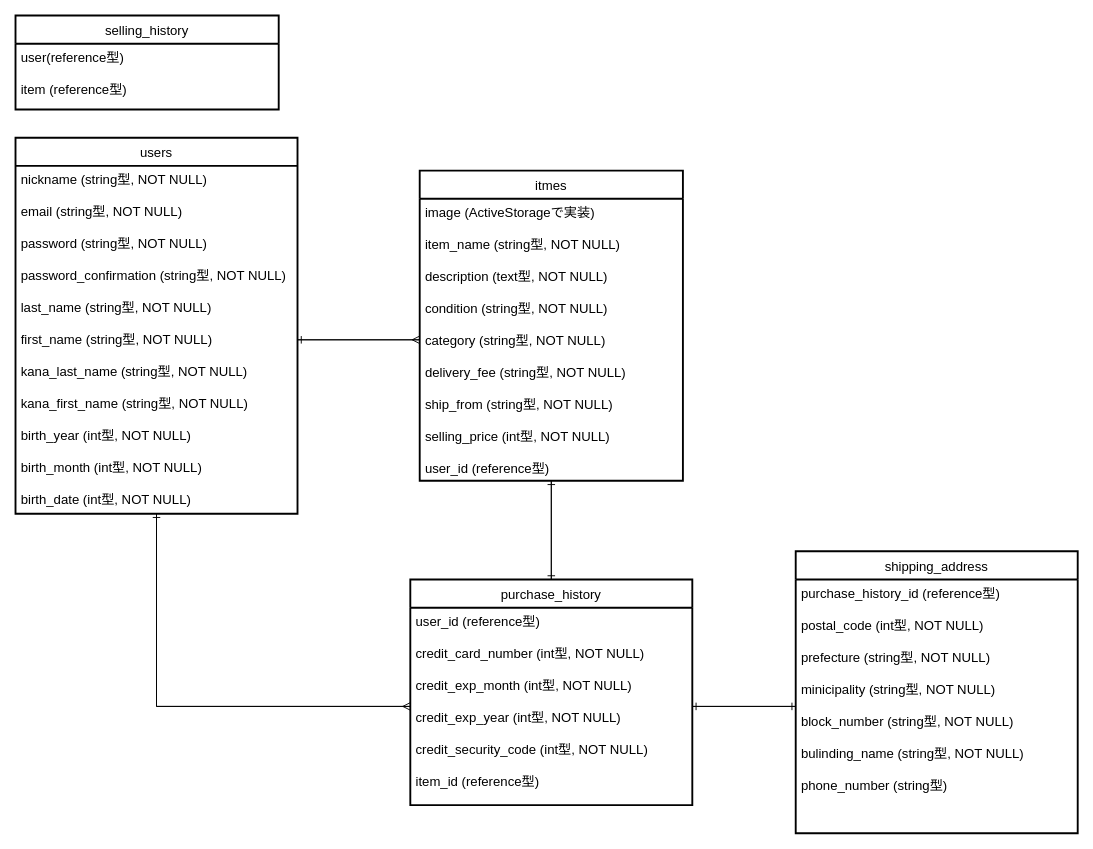
Above: ER.dio in MitsuhikoHonda/furima-31495 (draw.io), before the change. Source tidied: cells renumbered, new cells numbered last; positions are measured from the earlier drawing's top-left corner, leaving out a move shared by most shapes. Both pictures are drawn from the tidied source at 94%, with x=0, y=0 at pixel (15, 15).
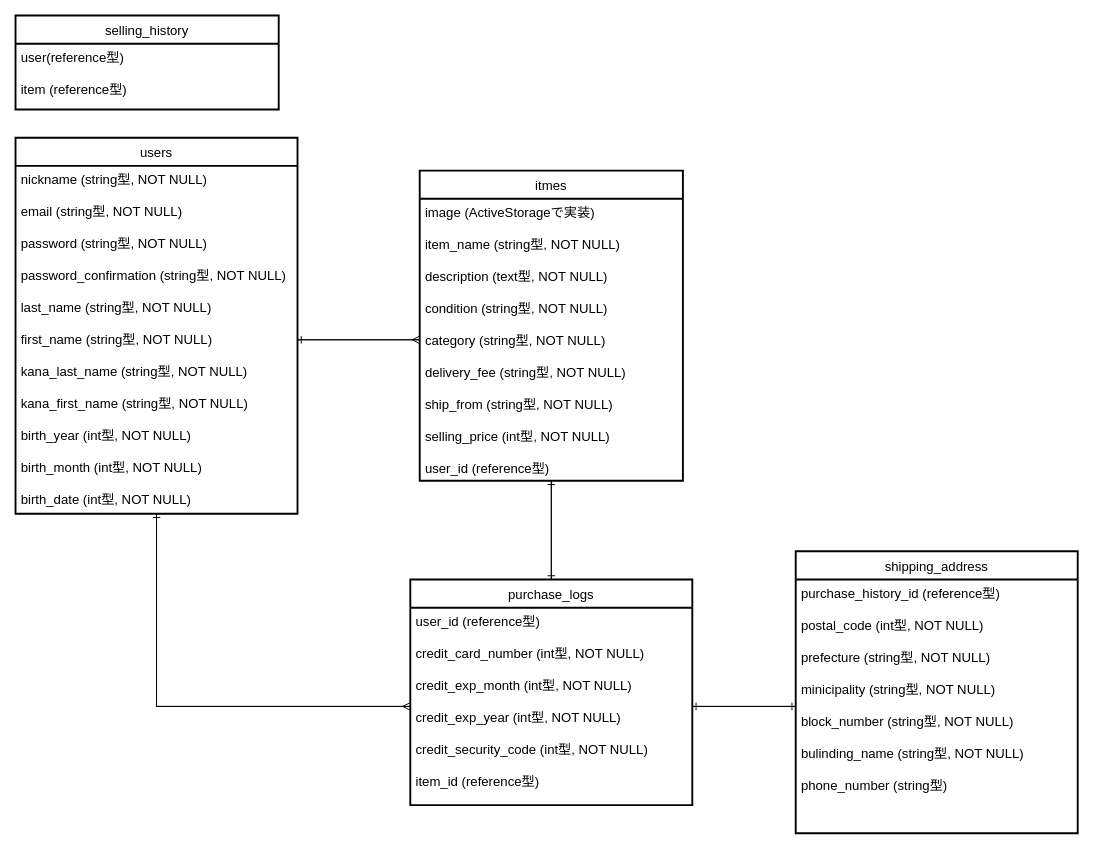
Above is the later version.

Change to the diagram source:
```diff
@@
 <mxGraphModel>
   <root>
     <mxCell id="0" />
     <mxCell id="1" parent="0" />
     <mxCell id="2" value="users" style="swimlane;horizontal=1;startSize=30;rounded=0;fontSize=14;fontStyle=0;strokeWidth=2;shadow=0;dashed=0;align=center;" parent="1" vertex="1">
       <mxGeometry y="130" width="300" height="400" as="geometry" />
     </mxCell>
     <mxCell id="3" value="nickname (string型, NOT NULL)&#10;&#10;email (string型, NOT NULL)&#10;&#10;password (string型, NOT NULL)&#10;&#10;password_confirmation (string型, NOT NULL)&#10;&#10;last_name (string型, NOT NULL)&#10;&#10;first_name (string型, NOT NULL)&#10;&#10;kana_last_name (string型, NOT NULL)&#10;&#10;kana_first_name (string型, NOT NULL)&#10;&#10;birth_year (int型, NOT NULL)&#10;&#10;birth_month (int型, NOT NULL)&#10;&#10;birth_date (int型, NOT NULL)" style="align=left;strokeColor=none;fillColor=none;spacingLeft=4;fontSize=14;verticalAlign=top;" parent="2" vertex="1">
       <mxGeometry y="30" width="300" height="370" as="geometry" />
     </mxCell>
     <mxCell id="4" value="itmes" style="swimlane;horizontal=1;startSize=30;rounded=0;fontSize=14;fontStyle=0;strokeWidth=2;shadow=0;dashed=0;align=center;" parent="1" vertex="1">
       <mxGeometry x="430" y="165" width="280" height="330" as="geometry" />
     </mxCell>
     <mxCell id="5" value="image (ActiveStorageで実装)&#10;&#10;item_name (string型, NOT NULL)&#10;&#10;description (text型, NOT NULL)&#10;&#10;condition (string型, NOT NULL)&#10;&#10;category (string型, NOT NULL)&#10;&#10;delivery_fee (string型, NOT NULL)&#10;&#10;ship_from (string型, NOT NULL)&#10;&#10;selling_price (int型, NOT NULL)&#10;&#10;user_id (reference型)" style="align=left;strokeColor=none;fillColor=none;spacingLeft=4;fontSize=14;verticalAlign=top;" parent="4" vertex="1">
       <mxGeometry y="30" width="280" height="300" as="geometry" />
     </mxCell>
     <mxCell id="6" value="selling_history" style="swimlane;horizontal=1;startSize=30;rounded=0;fontSize=14;fontStyle=0;strokeWidth=2;shadow=0;dashed=0;align=center;" parent="1" vertex="1">
       <mxGeometry width="280" height="100" as="geometry" />
     </mxCell>
     <mxCell id="7" value="user(reference型)&#10;&#10;item (reference型)" style="align=left;strokeColor=none;fillColor=none;spacingLeft=4;fontSize=14;verticalAlign=top;" parent="6" vertex="1">
       <mxGeometry y="30" width="280" height="70" as="geometry" />
     </mxCell>
     <mxCell id="8" style="edgeStyle=orthogonalEdgeStyle;rounded=0;jettySize=auto;html=1;exitX=0.5;exitY=0;exitDx=0;exitDy=0;entryX=0.5;entryY=1;entryDx=0;entryDy=0;endArrow=ERone;endFill=0;targetPerimeterSpacing=0;" parent="1" edge="1" source="9" target="5">
       <mxGeometry relative="1" as="geometry" />
     </mxCell>
-    <mxCell id="9" value="purchase_history" style="swimlane;horizontal=1;startSize=30;rounded=0;fontSize=14;fontStyle=0;strokeWidth=2;shadow=0;dashed=0;align=center;" parent="1" vertex="1">
+    <mxCell id="9" value="purchase_logs" style="swimlane;horizontal=1;startSize=30;rounded=0;fontSize=14;fontStyle=0;strokeWidth=2;shadow=0;dashed=0;align=center;" parent="1" vertex="1">
       <mxGeometry x="420" y="600" width="300" height="240" as="geometry" />
     </mxCell>
     <mxCell id="10" value="user_id (reference型)&#10;&#10;credit_card_number (int型, NOT NULL)&#10;&#10;credit_exp_month (int型, NOT NULL)&#10;&#10;credit_exp_year (int型, NOT NULL)&#10;&#10;credit_security_code (int型, NOT NULL)&#10;&#10;item_id (reference型)&#10;&#10;&#10;" style="align=left;strokeColor=none;fillColor=none;spacingLeft=4;fontSize=14;verticalAlign=top;" parent="9" vertex="1">
       <mxGeometry y="30" width="300" height="210" as="geometry" />
     </mxCell>
     <mxCell id="11" value="shipping_address" style="swimlane;horizontal=1;startSize=30;rounded=0;fontSize=14;fontStyle=0;strokeWidth=2;shadow=0;dashed=0;align=center;" parent="1" vertex="1">
       <mxGeometry x="830" y="570" width="300" height="300" as="geometry" />
     </mxCell>
     <mxCell id="12" value="purchase_history_id (reference型)&#10;&#10;postal_code (int型, NOT NULL)&#10;&#10;prefecture (string型, NOT NULL)&#10;&#10;minicipality (string型, NOT NULL)&#10;&#10;block_number (string型, NOT NULL)&#10;&#10;bulinding_name (string型, NOT NULL)&#10;&#10;phone_number (string型)&#10;&#10;&#10;" style="align=left;strokeColor=none;fillColor=none;spacingLeft=4;fontSize=14;verticalAlign=top;" parent="11" vertex="1">
       <mxGeometry y="30" width="300" height="270" as="geometry" />
     </mxCell>
     <mxCell id="13" style="edgeStyle=orthogonalEdgeStyle;rounded=0;jettySize=auto;html=1;exitX=0.5;exitY=1;exitDx=0;exitDy=0;entryX=0;entryY=0.5;entryDx=0;entryDy=0;endArrow=ERmany;endFill=0;targetPerimeterSpacing=0;" parent="1" edge="1" source="3" target="10">
       <mxGeometry relative="1" as="geometry" />
     </mxCell>
     <mxCell id="14" style="edgeStyle=orthogonalEdgeStyle;rounded=0;jettySize=auto;html=1;exitX=1;exitY=0.5;exitDx=0;exitDy=0;endArrow=ERmany;endFill=0;targetPerimeterSpacing=0;" parent="1" edge="1" source="3" target="5">
       <mxGeometry relative="1" as="geometry" />
     </mxCell>
     <mxCell id="15" style="edgeStyle=orthogonalEdgeStyle;rounded=0;jettySize=auto;html=1;endArrow=ERone;endFill=0;targetPerimeterSpacing=0;" parent="1" edge="1" source="5" target="9">
       <mxGeometry relative="1" as="geometry" />
     </mxCell>
     <mxCell id="16" style="edgeStyle=orthogonalEdgeStyle;rounded=0;jettySize=auto;html=1;exitX=1;exitY=0.5;exitDx=0;exitDy=0;entryX=0;entryY=0.5;entryDx=0;entryDy=0;endArrow=ERone;endFill=0;targetPerimeterSpacing=0;" parent="1" edge="1" source="10" target="12">
       <mxGeometry relative="1" as="geometry" />
     </mxCell>
     <mxCell id="17" style="edgeStyle=orthogonalEdgeStyle;rounded=0;jettySize=auto;html=1;entryX=0.5;entryY=1;entryDx=0;entryDy=0;endArrow=ERone;endFill=0;targetPerimeterSpacing=0;" parent="1" edge="1" source="10" target="3">
       <mxGeometry relative="1" as="geometry" />
     </mxCell>
     <mxCell id="18" style="edgeStyle=orthogonalEdgeStyle;rounded=0;jettySize=auto;html=1;exitX=0;exitY=0.5;exitDx=0;exitDy=0;entryX=1;entryY=0.5;entryDx=0;entryDy=0;endArrow=ERone;endFill=0;targetPerimeterSpacing=0;" parent="1" edge="1" source="5" target="3">
       <mxGeometry relative="1" as="geometry" />
     </mxCell>
     <mxCell id="19" style="edgeStyle=orthogonalEdgeStyle;rounded=0;jettySize=auto;html=1;exitX=0;exitY=0.5;exitDx=0;exitDy=0;entryX=1;entryY=0.5;entryDx=0;entryDy=0;endArrow=ERone;endFill=0;" parent="1" edge="1" source="12" target="10">
       <mxGeometry relative="1" as="geometry" />
     </mxCell>
   </root>
 </mxGraphModel>
```
